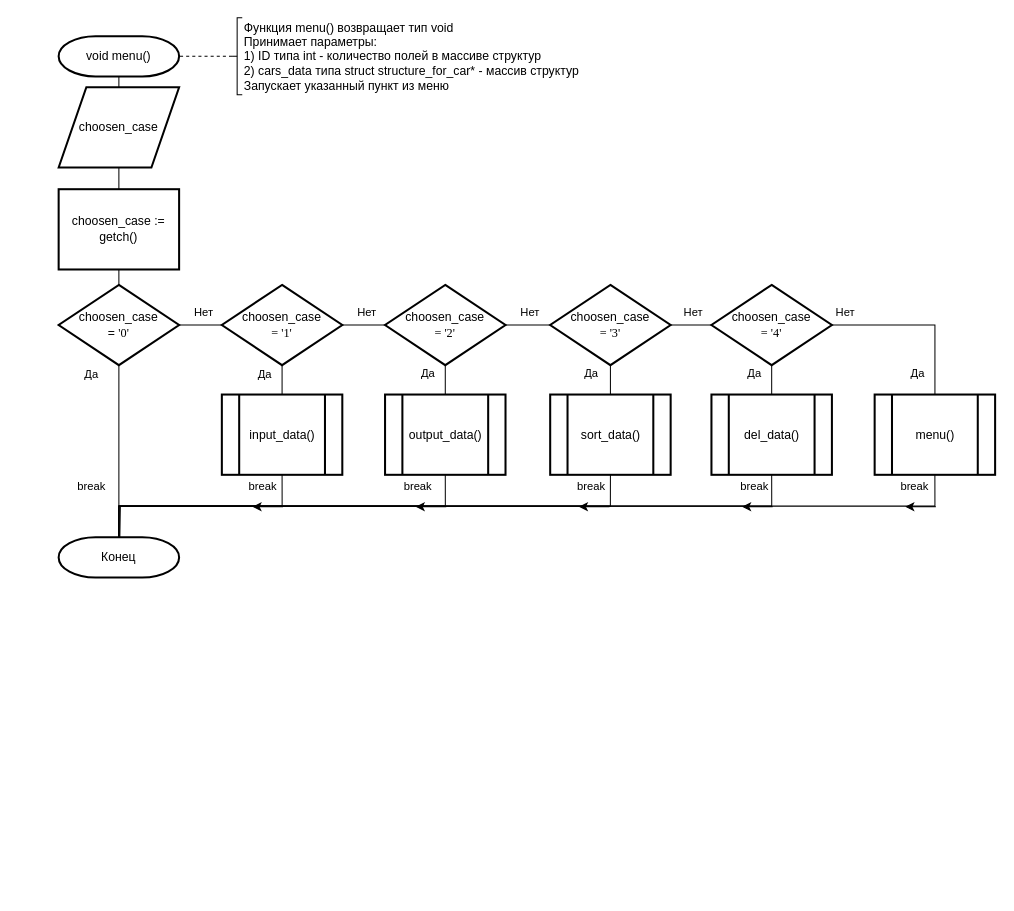
The draw.io diagram labs/11/13/src/lab/menu/menu.drawio in bstu-ps4/bstu-oaip, before the edit. Source tidied: cells renumbered, new cells numbered last; positions are measured from the earlier drawing's top-left corner, leaving out a move shared by most shapes. Both pictures are drawn from the tidied source at 102%, with x=0, y=0 at pixel (17, 17).
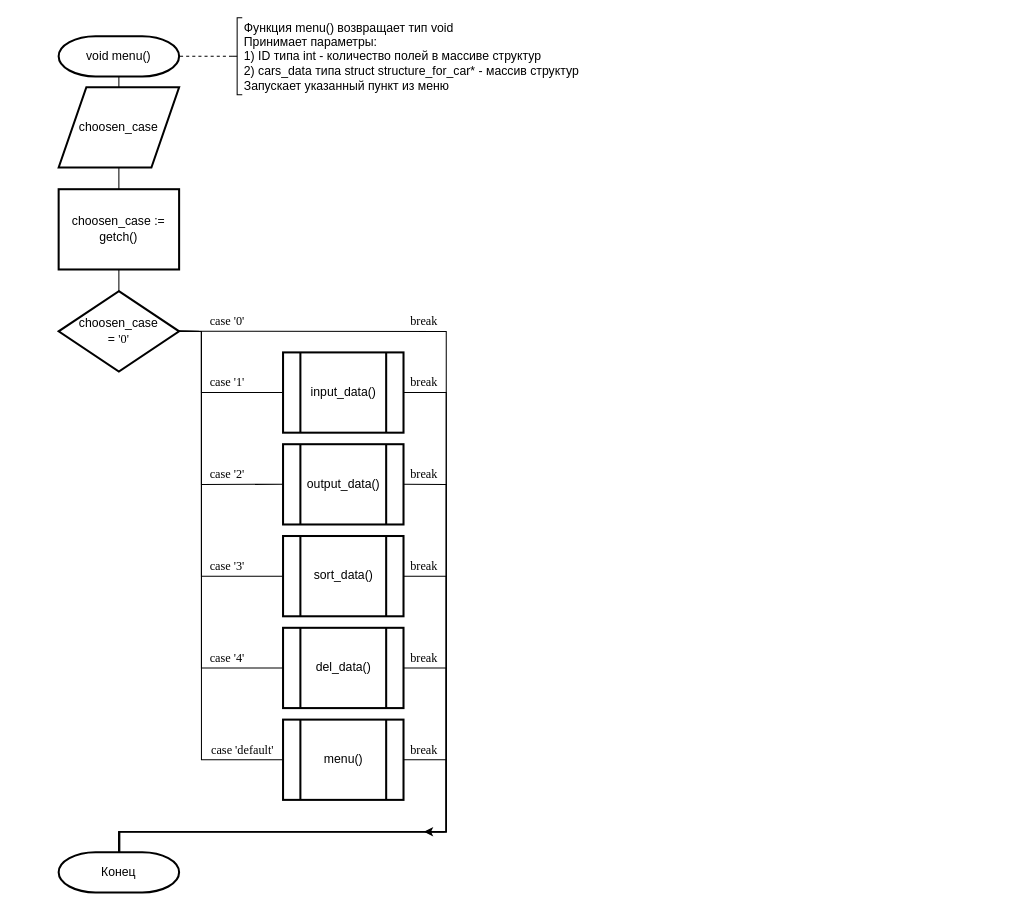
After the change.

Unchanged cells that the change refers to:
```xml
<mxCell id="40" value="choosen_case := getch()" style="rounded=0;whiteSpace=wrap;html=1;strokeWidth=2;" parent="1" vertex="1">
  <mxGeometry x="40" y="168" width="118.1" height="78.7" as="geometry" />
</mxCell>
```

The edit, as a diff of the source:
```diff
@@
-    <mxCell id="5" style="edgeStyle=orthogonalEdgeStyle;rounded=0;jettySize=auto;html=1;exitX=1;exitY=0.5;exitDx=0;exitDy=0;exitPerimeter=0;entryX=0;entryY=0.5;entryDx=0;entryDy=0;entryPerimeter=0;endArrow=none;endFill=0;" parent="1" edge="1" source="7" target="13">
-      <mxGeometry relative="1" as="geometry" />
-    </mxCell>
+    <mxCell id="58" style="edgeStyle=orthogonalEdgeStyle;rounded=0;jettySize=auto;html=1;exitX=1;exitY=0.5;exitDx=0;exitDy=0;exitPerimeter=0;entryX=0;entryY=0.5;entryDx=0;entryDy=0;endArrow=none;endFill=0;" parent="1" edge="1" source="7" target="21">
+      <mxGeometry relative="1" as="geometry">
+        <Array as="points">
+          <mxPoint x="180" y="307" />
+          <mxPoint x="180" y="367" />
+        </Array>
+      </mxGeometry>
+    </mxCell>
+    <mxCell id="59" style="edgeStyle=orthogonalEdgeStyle;rounded=0;jettySize=auto;html=1;exitX=1;exitY=0.5;exitDx=0;exitDy=0;exitPerimeter=0;entryX=0;entryY=0.5;entryDx=0;entryDy=0;endArrow=none;endFill=0;" parent="1" edge="1" source="7" target="23">
+      <mxGeometry relative="1" as="geometry">
+        <Array as="points">
+          <mxPoint x="180" y="307" />
+          <mxPoint x="180" y="457" />
+        </Array>
+      </mxGeometry>
+    </mxCell>
+    <mxCell id="60" style="edgeStyle=orthogonalEdgeStyle;rounded=0;jettySize=auto;html=1;exitX=1;exitY=0.5;exitDx=0;exitDy=0;exitPerimeter=0;entryX=0;entryY=0.5;entryDx=0;entryDy=0;endArrow=none;endFill=0;" parent="1" edge="1" source="7" target="25">
+      <mxGeometry relative="1" as="geometry">
+        <Array as="points">
+          <mxPoint x="180" y="307" />
+          <mxPoint x="180" y="547" />
+        </Array>
+      </mxGeometry>
+    </mxCell>
+    <mxCell id="61" style="edgeStyle=orthogonalEdgeStyle;rounded=0;jettySize=auto;html=1;exitX=1;exitY=0.5;exitDx=0;exitDy=0;exitPerimeter=0;entryX=0;entryY=0.5;entryDx=0;entryDy=0;endArrow=none;endFill=0;" parent="1" edge="1" source="7" target="27">
+      <mxGeometry relative="1" as="geometry">
+        <Array as="points">
+          <mxPoint x="180" y="307" />
+          <mxPoint x="180" y="637" />
+        </Array>
+      </mxGeometry>
+    </mxCell>
+    <mxCell id="62" style="edgeStyle=orthogonalEdgeStyle;rounded=0;jettySize=auto;html=1;exitX=1;exitY=0.5;exitDx=0;exitDy=0;exitPerimeter=0;entryX=0;entryY=0.5;entryDx=0;entryDy=0;endArrow=none;endFill=0;" parent="1" edge="1" source="7" target="31">
+      <mxGeometry relative="1" as="geometry">
+        <Array as="points">
+          <mxPoint x="180" y="307" />
+          <mxPoint x="180" y="727" />
+        </Array>
+      </mxGeometry>
+    </mxCell>
-    <mxCell id="6" style="edgeStyle=orthogonalEdgeStyle;rounded=0;jettySize=auto;html=1;exitX=0.5;exitY=1;exitDx=0;exitDy=0;exitPerimeter=0;entryX=0.5;entryY=0;entryDx=0;entryDy=0;entryPerimeter=0;endArrow=none;endFill=0;" parent="1" edge="1" source="7" target="32">
-      <mxGeometry relative="1" as="geometry" />
+    <mxCell id="6" style="edgeStyle=orthogonalEdgeStyle;rounded=0;jettySize=auto;html=1;exitX=1;exitY=0.5;exitDx=0;exitDy=0;exitPerimeter=0;entryX=0.5;entryY=0;entryDx=0;entryDy=0;entryPerimeter=0;endArrow=none;endFill=0;fontFamily=Times New Roman;" parent="1" edge="1" source="7" target="32">
+      <mxGeometry relative="1" as="geometry">
+        <Array as="points">
+          <mxPoint x="420" y="307" />
+          <mxPoint x="420" y="798" />
+          <mxPoint x="99" y="798" />
+        </Array>
+      </mxGeometry>
     </mxCell>
     <mxCell id="7" value="choosen_case&lt;br&gt;=&amp;nbsp;&lt;font face=&quot;Times New Roman&quot;&gt;'0'&lt;/font&gt;" style="strokeWidth=2;html=1;shape=mxgraph.flowchart.decision;whiteSpace=wrap;rounded=0;" parent="1" vertex="1">
-      <mxGeometry x="40" y="261.8" width="118.1" height="78.7" as="geometry" />
+      <mxGeometry x="40" y="268" width="118.1" height="78.7" as="geometry" />
     </mxCell>
-    <mxCell id="8" style="edgeStyle=orthogonalEdgeStyle;rounded=0;jettySize=auto;html=1;exitX=1;exitY=0.5;exitDx=0;exitDy=0;exitPerimeter=0;entryX=0;entryY=0.5;entryDx=0;entryDy=0;entryPerimeter=0;endArrow=none;endFill=0;" parent="1" edge="1" source="10" target="16">
-      <mxGeometry relative="1" as="geometry" />
-    </mxCell>
-    <mxCell id="9" style="edgeStyle=orthogonalEdgeStyle;rounded=0;jettySize=auto;html=1;exitX=0.5;exitY=1;exitDx=0;exitDy=0;exitPerimeter=0;entryX=0.5;entryY=0;entryDx=0;entryDy=0;endArrow=none;endFill=0;" parent="1" edge="1" source="10" target="23">
-      <mxGeometry relative="1" as="geometry" />
-    </mxCell>
-    <mxCell id="10" value="choosen_case&lt;br&gt;&lt;font face=&quot;Times New Roman&quot;&gt;= '2'&lt;/font&gt;" style="strokeWidth=2;html=1;shape=mxgraph.flowchart.decision;whiteSpace=wrap;rounded=0;" parent="1" vertex="1">
-      <mxGeometry x="360" y="261.8" width="118.1" height="78.7" as="geometry" />
-    </mxCell>
-    <mxCell id="11" style="edgeStyle=orthogonalEdgeStyle;rounded=0;jettySize=auto;html=1;exitX=1;exitY=0.5;exitDx=0;exitDy=0;exitPerimeter=0;entryX=0;entryY=0.5;entryDx=0;entryDy=0;entryPerimeter=0;endArrow=none;endFill=0;" parent="1" edge="1" source="13" target="10">
-      <mxGeometry relative="1" as="geometry" />
-    </mxCell>
-    <mxCell id="12" style="edgeStyle=orthogonalEdgeStyle;rounded=0;jettySize=auto;html=1;exitX=0.5;exitY=1;exitDx=0;exitDy=0;exitPerimeter=0;entryX=0.5;entryY=0;entryDx=0;entryDy=0;endArrow=none;endFill=0;" parent="1" edge="1" source="13" target="21">
-      <mxGeometry relative="1" as="geometry" />
-    </mxCell>
-    <mxCell id="13" value="choosen_case&lt;font face=&quot;Times New Roman&quot;&gt;&lt;br&gt;= '1'&lt;/font&gt;" style="strokeWidth=2;html=1;shape=mxgraph.flowchart.decision;whiteSpace=wrap;rounded=0;" parent="1" vertex="1">
-      <mxGeometry x="200" y="261.8" width="118.1" height="78.7" as="geometry" />
-    </mxCell>
-    <mxCell id="14" style="edgeStyle=orthogonalEdgeStyle;rounded=0;jettySize=auto;html=1;exitX=1;exitY=0.5;exitDx=0;exitDy=0;exitPerimeter=0;entryX=0;entryY=0.5;entryDx=0;entryDy=0;entryPerimeter=0;endArrow=none;endFill=0;" parent="1" edge="1" source="16" target="19">
-      <mxGeometry relative="1" as="geometry" />
-    </mxCell>
-    <mxCell id="15" style="edgeStyle=orthogonalEdgeStyle;rounded=0;jettySize=auto;html=1;exitX=0.5;exitY=1;exitDx=0;exitDy=0;exitPerimeter=0;entryX=0.5;entryY=0;entryDx=0;entryDy=0;endArrow=none;endFill=0;" parent="1" edge="1" source="16" target="25">
-      <mxGeometry relative="1" as="geometry" />
-    </mxCell>
-    <mxCell id="16" value="choosen_case&lt;br&gt;&lt;font face=&quot;Times New Roman&quot;&gt;= '3'&lt;/font&gt;" style="strokeWidth=2;html=1;shape=mxgraph.flowchart.decision;whiteSpace=wrap;rounded=0;" parent="1" vertex="1">
-      <mxGeometry x="521.9" y="261.8" width="118.1" height="78.7" as="geometry" />
-    </mxCell>
-    <mxCell id="17" style="edgeStyle=orthogonalEdgeStyle;rounded=0;jettySize=auto;html=1;exitX=1;exitY=0.5;exitDx=0;exitDy=0;exitPerimeter=0;endArrow=none;endFill=0;" parent="1" edge="1" source="19" target="31">
-      <mxGeometry relative="1" as="geometry" />
-    </mxCell>
-    <mxCell id="18" style="edgeStyle=orthogonalEdgeStyle;rounded=0;jettySize=auto;html=1;exitX=0.5;exitY=1;exitDx=0;exitDy=0;exitPerimeter=0;entryX=0.5;entryY=0;entryDx=0;entryDy=0;endArrow=none;endFill=0;" parent="1" edge="1" source="19" target="27">
-      <mxGeometry relative="1" as="geometry" />
-    </mxCell>
-    <mxCell id="19" value="choosen_case&lt;br&gt;&lt;font face=&quot;Times New Roman&quot;&gt;= '4'&lt;/font&gt;" style="strokeWidth=2;html=1;shape=mxgraph.flowchart.decision;whiteSpace=wrap;rounded=0;" parent="1" vertex="1">
-      <mxGeometry x="680" y="261.8" width="118.1" height="78.7" as="geometry" />
-    </mxCell>
-    <mxCell id="20" style="edgeStyle=orthogonalEdgeStyle;rounded=0;jettySize=auto;html=1;exitX=0.5;exitY=1;exitDx=0;exitDy=0;entryX=0.5;entryY=0;entryDx=0;entryDy=0;entryPerimeter=0;endArrow=none;endFill=0;" parent="1" edge="1" source="21" target="32">
-      <mxGeometry relative="1" as="geometry" />
+    <mxCell id="20" style="edgeStyle=orthogonalEdgeStyle;rounded=0;jettySize=auto;html=1;exitX=1;exitY=0.5;exitDx=0;exitDy=0;entryX=0.5;entryY=0;entryDx=0;entryDy=0;entryPerimeter=0;endArrow=none;endFill=0;" parent="1" edge="1" source="21" target="32">
+      <mxGeometry relative="1" as="geometry">
+        <Array as="points">
+          <mxPoint x="420" y="367" />
+          <mxPoint x="420" y="798" />
+          <mxPoint x="99" y="798" />
+        </Array>
+      </mxGeometry>
     </mxCell>
     <mxCell id="21" value="input_data()" style="verticalLabelPosition=middle;verticalAlign=middle;html=1;shape=process;whiteSpace=wrap;rounded=0;size=0.14;arcSize=6;labelPosition=center;align=center;strokeWidth=2;" parent="1" vertex="1">
-      <mxGeometry x="200" y="369.3" width="118.1" height="78.7" as="geometry" />
+      <mxGeometry x="260" y="328" width="118.1" height="78.7" as="geometry" />
     </mxCell>
-    <mxCell id="22" style="edgeStyle=orthogonalEdgeStyle;rounded=0;jettySize=auto;html=1;exitX=0.5;exitY=1;exitDx=0;exitDy=0;entryX=0.5;entryY=0;entryDx=0;entryDy=0;entryPerimeter=0;endArrow=none;endFill=0;" parent="1" edge="1" source="23" target="32">
-      <mxGeometry relative="1" as="geometry" />
-    </mxCell>
+    <mxCell id="63" style="edgeStyle=orthogonalEdgeStyle;rounded=0;jettySize=auto;html=1;exitX=1;exitY=0.5;exitDx=0;exitDy=0;endArrow=none;endFill=0;" parent="1" edge="1" source="23">
+      <mxGeometry relative="1" as="geometry">
+        <mxPoint x="100" y="818" as="targetPoint" />
+        <Array as="points">
+          <mxPoint x="420" y="457" />
+          <mxPoint x="420" y="798" />
+          <mxPoint x="100" y="798" />
+        </Array>
+      </mxGeometry>
+    </mxCell>
     <mxCell id="23" value="output_data()" style="verticalLabelPosition=middle;verticalAlign=middle;html=1;shape=process;whiteSpace=wrap;rounded=0;size=0.14;arcSize=6;labelPosition=center;align=center;strokeWidth=2;" parent="1" vertex="1">
-      <mxGeometry x="360" y="369.3" width="118.1" height="78.7" as="geometry" />
+      <mxGeometry x="260" y="418" width="118.1" height="78.7" as="geometry" />
     </mxCell>
-    <mxCell id="24" style="edgeStyle=orthogonalEdgeStyle;rounded=0;jettySize=auto;html=1;exitX=0.5;exitY=1;exitDx=0;exitDy=0;entryX=0.5;entryY=0;entryDx=0;entryDy=0;entryPerimeter=0;endArrow=none;endFill=0;" parent="1" edge="1" source="25" target="32">
-      <mxGeometry relative="1" as="geometry" />
+    <mxCell id="24" style="edgeStyle=orthogonalEdgeStyle;rounded=0;jettySize=auto;html=1;exitX=1;exitY=0.5;exitDx=0;exitDy=0;entryX=0.5;entryY=0;entryDx=0;entryDy=0;entryPerimeter=0;endArrow=none;endFill=0;" parent="1" edge="1" source="25" target="32">
+      <mxGeometry relative="1" as="geometry">
+        <Array as="points">
+          <mxPoint x="420" y="547" />
+          <mxPoint x="420" y="798" />
+          <mxPoint x="99" y="798" />
+        </Array>
+      </mxGeometry>
     </mxCell>
     <mxCell id="25" value="sort_data()" style="verticalLabelPosition=middle;verticalAlign=middle;html=1;shape=process;whiteSpace=wrap;rounded=0;size=0.14;arcSize=6;labelPosition=center;align=center;strokeWidth=2;" parent="1" vertex="1">
-      <mxGeometry x="521.9" y="369.3" width="118.1" height="78.7" as="geometry" />
+      <mxGeometry x="260" y="508" width="118.1" height="78.7" as="geometry" />
     </mxCell>
-    <mxCell id="26" style="edgeStyle=orthogonalEdgeStyle;rounded=0;jettySize=auto;html=1;exitX=0.5;exitY=1;exitDx=0;exitDy=0;entryX=0.5;entryY=0;entryDx=0;entryDy=0;entryPerimeter=0;endArrow=none;endFill=0;" parent="1" edge="1" source="27" target="32">
-      <mxGeometry relative="1" as="geometry" />
+    <mxCell id="26" style="edgeStyle=orthogonalEdgeStyle;rounded=0;jettySize=auto;html=1;exitX=1;exitY=0.5;exitDx=0;exitDy=0;entryX=0.5;entryY=0;entryDx=0;entryDy=0;entryPerimeter=0;endArrow=none;endFill=0;" parent="1" edge="1" source="27" target="32">
+      <mxGeometry relative="1" as="geometry">
+        <Array as="points">
+          <mxPoint x="420" y="637" />
+          <mxPoint x="420" y="798" />
+          <mxPoint x="99" y="798" />
+        </Array>
+      </mxGeometry>
     </mxCell>
     <mxCell id="27" value="del_data()" style="verticalLabelPosition=middle;verticalAlign=middle;html=1;shape=process;whiteSpace=wrap;rounded=0;size=0.14;arcSize=6;labelPosition=center;align=center;strokeWidth=2;" parent="1" vertex="1">
-      <mxGeometry x="680" y="369.3" width="118.1" height="78.7" as="geometry" />
+      <mxGeometry x="260" y="598" width="118.1" height="78.7" as="geometry" />
     </mxCell>
-    <mxCell id="28" style="edgeStyle=orthogonalEdgeStyle;rounded=0;jettySize=auto;html=1;exitX=0.5;exitY=1;exitDx=0;exitDy=0;endArrow=none;endFill=0;" parent="1" edge="1" source="31">
-      <mxGeometry relative="1" as="geometry">
-        <mxPoint x="100" y="509.3" as="targetPoint" />
-      </mxGeometry>
-    </mxCell>
-    <mxCell id="29" value="break" style="edgeLabel;html=1;align=center;verticalAlign=middle;" parent="28" vertex="1">
-      <mxGeometry x="0.77" y="-1" relative="1" as="geometry">
-        <mxPoint x="71.1" y="-19.7" as="offset" />
-      </mxGeometry>
-    </mxCell>
-    <mxCell id="30" value="break" style="edgeLabel;html=1;align=center;verticalAlign=middle;" parent="28" vertex="1">
-      <mxGeometry x="0.4" y="-2" relative="1" as="geometry">
-        <mxPoint x="551.1" y="-18.7" as="offset" />
-      </mxGeometry>
-    </mxCell>
+    <mxCell id="64" style="edgeStyle=orthogonalEdgeStyle;rounded=0;jettySize=auto;html=1;exitX=1;exitY=0.5;exitDx=0;exitDy=0;entryX=0.5;entryY=0;entryDx=0;entryDy=0;entryPerimeter=0;endArrow=none;endFill=0;" parent="1" edge="1" source="31" target="32">
+      <mxGeometry relative="1" as="geometry">
+        <Array as="points">
+          <mxPoint x="420" y="727" />
+          <mxPoint x="420" y="798" />
+          <mxPoint x="99" y="798" />
+        </Array>
+      </mxGeometry>
+    </mxCell>
     <mxCell id="31" value="menu()" style="verticalLabelPosition=middle;verticalAlign=middle;html=1;shape=process;whiteSpace=wrap;rounded=0;size=0.14;arcSize=6;labelPosition=center;align=center;strokeWidth=2;" parent="1" vertex="1">
-      <mxGeometry x="840" y="369.3" width="118.1" height="78.7" as="geometry" />
+      <mxGeometry x="260" y="688" width="118.1" height="78.7" as="geometry" />
     </mxCell>
     <mxCell id="32" value="Конец" style="strokeWidth=2;html=1;shape=mxgraph.flowchart.terminator;whiteSpace=wrap;" parent="1" vertex="1">
-      <mxGeometry x="40" y="509.3" width="118.1" height="39.4" as="geometry" />
+      <mxGeometry x="40" y="818" width="118.1" height="39.4" as="geometry" />
     </mxCell>
-    <mxCell id="33" style="endArrow=classic;html=1;" parent="1" edge="1">
-      <mxGeometry relative="1" as="geometry">
-        <mxPoint x="260" y="479.3" as="sourcePoint" />
-        <mxPoint x="230" y="479.3" as="targetPoint" />
-      </mxGeometry>
-    </mxCell>
-    <mxCell id="34" style="endArrow=classic;html=1;" parent="1" edge="1">
-      <mxGeometry relative="1" as="geometry">
-        <mxPoint x="580" y="479.3" as="sourcePoint" />
-        <mxPoint x="550" y="479.3" as="targetPoint" />
-      </mxGeometry>
-    </mxCell>
-    <mxCell id="35" style="endArrow=classic;html=1;" parent="1" edge="1">
-      <mxGeometry relative="1" as="geometry">
-        <mxPoint x="420" y="479.3" as="sourcePoint" />
-        <mxPoint x="390" y="479.3" as="targetPoint" />
-      </mxGeometry>
-    </mxCell>
-    <mxCell id="36" style="endArrow=classic;html=1;" parent="1" edge="1">
-      <mxGeometry relative="1" as="geometry">
-        <mxPoint x="740" y="479.3" as="sourcePoint" />
-        <mxPoint x="710" y="479.3" as="targetPoint" />
-      </mxGeometry>
-    </mxCell>
-    <mxCell id="37" style="endArrow=classic;html=1;" parent="1" edge="1">
-      <mxGeometry relative="1" as="geometry">
-        <mxPoint x="900" y="479.3" as="sourcePoint" />
-        <mxPoint x="870" y="479.3" as="targetPoint" />
-      </mxGeometry>
-    </mxCell>
@@
-    <mxCell id="39" style="edgeStyle=orthogonalEdgeStyle;rounded=0;jettySize=auto;html=1;exitX=0.5;exitY=1;exitDx=0;exitDy=0;entryX=0.5;entryY=0;entryDx=0;entryDy=0;entryPerimeter=0;endArrow=none;endFill=0;" parent="1" edge="1" source="40" target="7">
+    <mxCell id="39" style="edgeStyle=orthogonalEdgeStyle;rounded=0;jettySize=auto;html=1;exitX=0.5;exitY=1;exitDx=0;exitDy=0;entryX=0.5;entryY=0;entryDx=0;entryDy=0;entryPerimeter=0;endArrow=none;endFill=0;fontFamily=Times New Roman;" parent="1" edge="1" source="40" target="7">
       <mxGeometry relative="1" as="geometry" />
     </mxCell>
@@
-    <mxCell id="41" value="break" style="edgeLabel;html=1;align=center;verticalAlign=middle;" parent="1" vertex="1">
-      <mxGeometry x="320" y="478" as="geometry">
-        <mxPoint x="71.1" y="-19.7" as="offset" />
-      </mxGeometry>
-    </mxCell>
-    <mxCell id="42" value="break" style="edgeLabel;html=1;align=center;verticalAlign=middle;" parent="1" vertex="1">
-      <mxGeometry x="490" y="478" as="geometry">
-        <mxPoint x="71.1" y="-19.7" as="offset" />
-      </mxGeometry>
-    </mxCell>
-    <mxCell id="43" value="break" style="edgeLabel;html=1;align=center;verticalAlign=middle;" parent="1" vertex="1">
-      <mxGeometry x="650" y="478" as="geometry">
-        <mxPoint x="71.1" y="-19.7" as="offset" />
-      </mxGeometry>
-    </mxCell>
-    <mxCell id="44" value="break" style="edgeLabel;html=1;align=center;verticalAlign=middle;" parent="1" vertex="1">
-      <mxGeometry y="478" as="geometry">
-        <mxPoint x="71.1" y="-19.7" as="offset" />
-      </mxGeometry>
-    </mxCell>
-    <mxCell id="45" value="Нет" style="edgeLabel;html=1;align=center;verticalAlign=middle;labelBorderColor=#FFFFFF;" parent="1" vertex="1">
-      <mxGeometry x="110" y="308" as="geometry">
-        <mxPoint x="71.1" y="-19.7" as="offset" />
-      </mxGeometry>
-    </mxCell>
-    <mxCell id="46" value="Нет" style="edgeLabel;html=1;align=center;verticalAlign=middle;labelBorderColor=#FFFFFF;" parent="1" vertex="1">
-      <mxGeometry x="270" y="308" as="geometry">
-        <mxPoint x="71.1" y="-19.7" as="offset" />
-      </mxGeometry>
-    </mxCell>
-    <mxCell id="47" value="Нет" style="edgeLabel;html=1;align=center;verticalAlign=middle;" parent="1" vertex="1">
-      <mxGeometry x="430" y="308" as="geometry">
-        <mxPoint x="71.1" y="-19.7" as="offset" />
-      </mxGeometry>
-    </mxCell>
-    <mxCell id="48" value="Нет" style="edgeLabel;html=1;align=center;verticalAlign=middle;" parent="1" vertex="1">
-      <mxGeometry x="590" y="308" as="geometry">
-        <mxPoint x="71.1" y="-19.7" as="offset" />
-      </mxGeometry>
-    </mxCell>
-    <mxCell id="49" value="Нет" style="edgeLabel;html=1;align=center;verticalAlign=middle;" parent="1" vertex="1">
-      <mxGeometry x="739.1" y="308" as="geometry">
-        <mxPoint x="71.1" y="-19.7" as="offset" />
-      </mxGeometry>
-    </mxCell>
-    <mxCell id="50" value="Да" style="edgeLabel;html=1;align=center;verticalAlign=middle;" parent="1" vertex="1">
-      <mxGeometry x="170" y="369.3" as="geometry">
-        <mxPoint x="71.1" y="-19.7" as="offset" />
-      </mxGeometry>
-    </mxCell>
-    <mxCell id="51" value="Да" style="edgeLabel;html=1;align=center;verticalAlign=middle;" parent="1" vertex="1">
-      <mxGeometry x="330" y="368" as="geometry">
-        <mxPoint x="71.1" y="-19.7" as="offset" />
-      </mxGeometry>
-    </mxCell>
-    <mxCell id="52" value="Да" style="edgeLabel;html=1;align=center;verticalAlign=middle;" parent="1" vertex="1">
-      <mxGeometry x="490" y="368" as="geometry">
-        <mxPoint x="71.1" y="-19.7" as="offset" />
-      </mxGeometry>
-    </mxCell>
-    <mxCell id="53" value="Да" style="edgeLabel;html=1;align=center;verticalAlign=middle;" parent="1" vertex="1">
-      <mxGeometry x="650" y="368" as="geometry">
-        <mxPoint x="71.1" y="-19.7" as="offset" />
-      </mxGeometry>
-    </mxCell>
-    <mxCell id="54" value="Да" style="edgeLabel;html=1;align=center;verticalAlign=middle;" parent="1" vertex="1">
-      <mxGeometry x="810" y="368" as="geometry">
-        <mxPoint x="71.1" y="-19.7" as="offset" />
-      </mxGeometry>
-    </mxCell>
-    <mxCell id="55" value="Да" style="edgeLabel;html=1;align=center;verticalAlign=middle;" parent="1" vertex="1">
-      <mxGeometry y="369.3" as="geometry">
-        <mxPoint x="71.1" y="-19.7" as="offset" />
-      </mxGeometry>
-    </mxCell>
@@
+    <mxCell id="65" value="break" style="text;html=1;align=center;verticalAlign=middle;fontFamily=Times New Roman;" parent="1" vertex="1">
+      <mxGeometry x="378.1" y="288" width="40" height="20" as="geometry" />
+    </mxCell>
+    <mxCell id="66" value="case '1'" style="text;html=1;align=center;verticalAlign=middle;fontFamily=Times New Roman;" parent="1" vertex="1">
+      <mxGeometry x="180" y="346.7" width="50" height="20" as="geometry" />
+    </mxCell>
+    <mxCell id="67" value="case '0'" style="text;html=1;align=center;verticalAlign=middle;fontFamily=Times New Roman;" parent="1" vertex="1">
+      <mxGeometry x="180" y="288" width="50" height="20" as="geometry" />
+    </mxCell>
+    <mxCell id="68" value="case '2'" style="text;html=1;align=center;verticalAlign=middle;fontFamily=Times New Roman;" parent="1" vertex="1">
+      <mxGeometry x="180" y="438" width="50" height="20" as="geometry" />
+    </mxCell>
+    <mxCell id="69" value="case '3'" style="text;html=1;align=center;verticalAlign=middle;fontFamily=Times New Roman;" parent="1" vertex="1">
+      <mxGeometry x="180" y="528" width="50" height="20" as="geometry" />
+    </mxCell>
+    <mxCell id="70" value="case '4'" style="text;html=1;align=center;verticalAlign=middle;fontFamily=Times New Roman;" parent="1" vertex="1">
+      <mxGeometry x="180" y="618" width="50" height="20" as="geometry" />
+    </mxCell>
+    <mxCell id="71" value="case 'default'" style="text;html=1;align=center;verticalAlign=middle;fontFamily=Times New Roman;" parent="1" vertex="1">
+      <mxGeometry x="180" y="708" width="80" height="20" as="geometry" />
+    </mxCell>
+    <mxCell id="72" value="break" style="text;html=1;align=center;verticalAlign=middle;fontFamily=Times New Roman;" parent="1" vertex="1">
+      <mxGeometry x="378.1" y="346.7" width="40" height="20" as="geometry" />
+    </mxCell>
+    <mxCell id="73" value="break" style="text;html=1;align=center;verticalAlign=middle;fontFamily=Times New Roman;" parent="1" vertex="1">
+      <mxGeometry x="378.1" y="438" width="40" height="20" as="geometry" />
+    </mxCell>
+    <mxCell id="74" value="break" style="text;html=1;align=center;verticalAlign=middle;fontFamily=Times New Roman;" parent="1" vertex="1">
+      <mxGeometry x="378.1" y="528" width="40" height="20" as="geometry" />
+    </mxCell>
+    <mxCell id="75" value="break" style="text;html=1;align=center;verticalAlign=middle;fontFamily=Times New Roman;" parent="1" vertex="1">
+      <mxGeometry x="378.1" y="618" width="40" height="20" as="geometry" />
+    </mxCell>
+    <mxCell id="76" value="break" style="text;html=1;align=center;verticalAlign=middle;fontFamily=Times New Roman;" parent="1" vertex="1">
+      <mxGeometry x="378.1" y="708" width="40" height="20" as="geometry" />
+    </mxCell>
+    <mxCell id="77" style="endArrow=classic;html=1;fontFamily=Times New Roman;" parent="1" edge="1">
+      <mxGeometry relative="1" as="geometry">
+        <mxPoint x="418.1" y="798" as="sourcePoint" />
+        <mxPoint x="398.1" y="798" as="targetPoint" />
+      </mxGeometry>
+    </mxCell>
```
